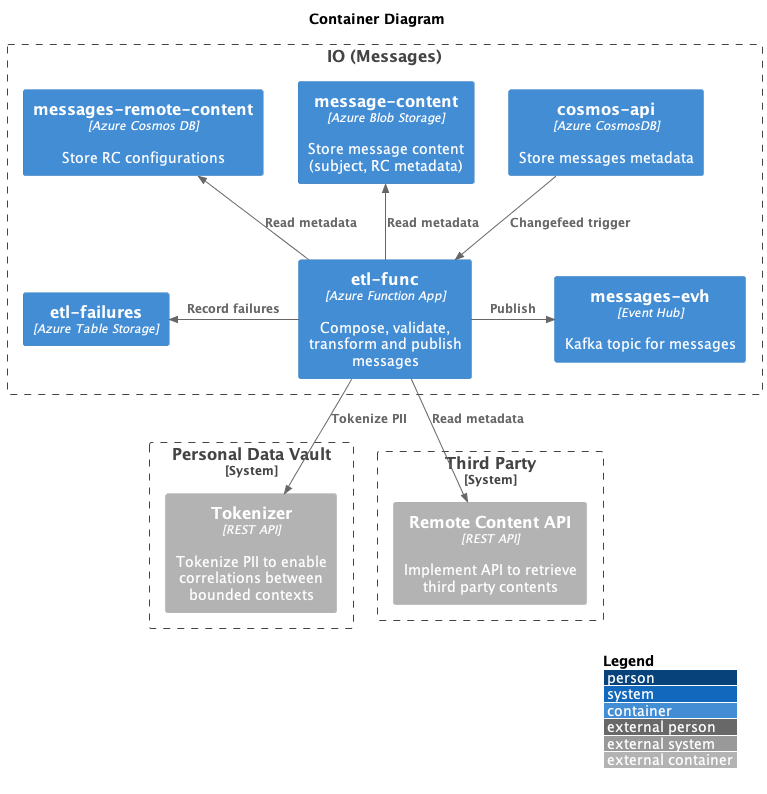
Above: docs/data-plan/data-plan-container.png in pagopa/io-messages (PlantUML), before the change. Its diagram source:
```plantuml
@startuml data-plan-container
!include <C4/C4_Context>
!include <C4/C4_Container>

LAYOUT_WITH_LEGEND()

title Container Diagram

Boundary(io, "IO (Messages)") {
  Container(apidb, "cosmos-api", "Azure CosmosDB", "Store messages metadata")
  Container(msgst, "message-content", "Azure Blob Storage", "Store message content (subject, RC metadata)")
  Container(etlfn, "etl-func", "Azure Function App", "Compose, validate, transform and publish messages")
  Container(rcdb, "messages-remote-content", "Azure Cosmos DB", "Store RC configurations")
  Container(msgevh, "messages-evh", "Event Hub", "Kafka topic for messages")
  Container(failtable, "etl-failures", "Azure Table Storage")
}

Rel_D(apidb, etlfn, "Changefeed trigger")
Rel_R(etlfn, msgevh, "Publish")

Rel_U(etlfn, msgst, "Read metadata")
Rel_U(etlfn, rcdb, "Read metadata")
Rel_L(etlfn, failtable, "Record failures")

System_Boundary(pdv, "Personal Data Vault") {
  Container_Ext(tok, "Tokenizer", "REST API", "Tokenize PII to enable correlations between bounded contexts")
}

System_Boundary(tpsys, "Third Party") {
  Container_Ext(rcapi, "Remote Content API", "REST API", "Implement API to retrieve third party contents")
}

Rel_D(etlfn, tok, "Tokenize PII")
Rel_D(etlfn, rcapi, "Read metadata")

@enduml
```
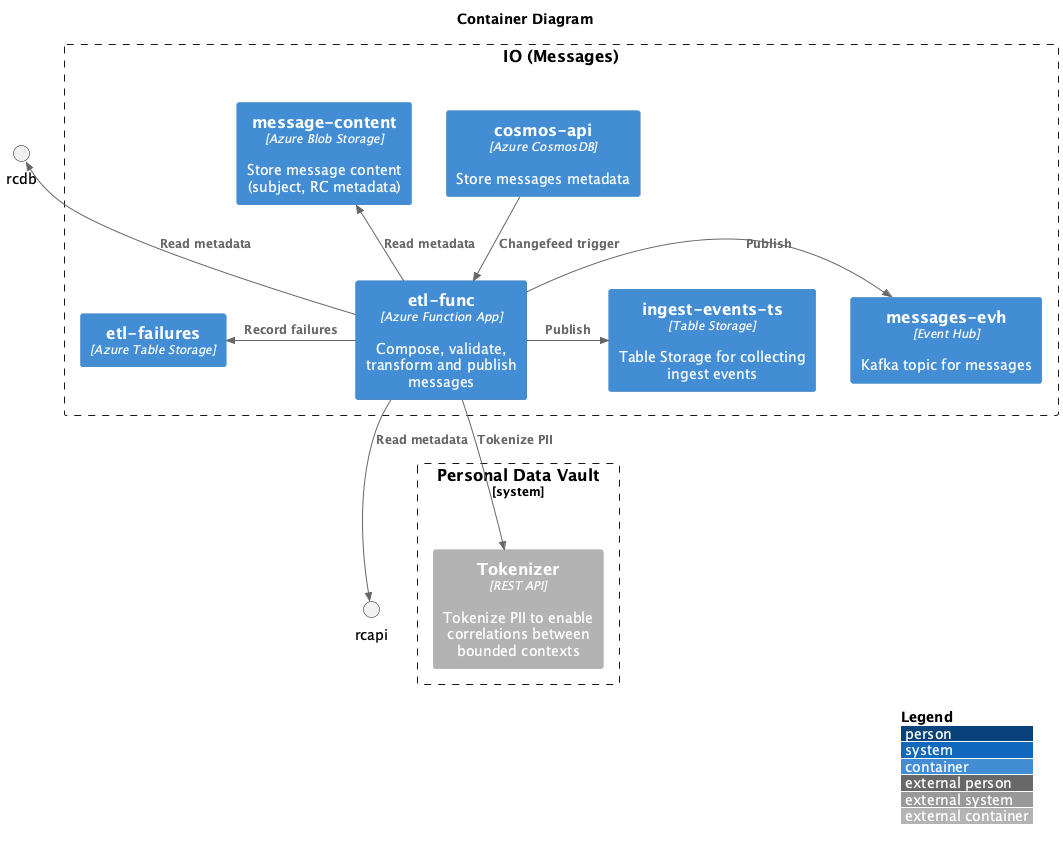
The same diagram one commit later.

Commit message:
docs: regenerate container and system-context diagrams

Change to the diagram source:
```diff
@@ -10,13 +10,14 @@
   Container(apidb, "cosmos-api", "Azure CosmosDB", "Store messages metadata")
   Container(msgst, "message-content", "Azure Blob Storage", "Store message content (subject, RC metadata)")
   Container(etlfn, "etl-func", "Azure Function App", "Compose, validate, transform and publish messages")
-  Container(rcdb, "messages-remote-content", "Azure Cosmos DB", "Store RC configurations")
   Container(msgevh, "messages-evh", "Event Hub", "Kafka topic for messages")
+  Container(msgsentevents, "ingest-events-ts", "Table Storage", "Table Storage for collecting ingest events")
   Container(failtable, "etl-failures", "Azure Table Storage")
 }
 
 Rel_D(apidb, etlfn, "Changefeed trigger")
 Rel_R(etlfn, msgevh, "Publish")
+Rel_R(etlfn, msgsentevents, "Publish")
 
 Rel_U(etlfn, msgst, "Read metadata")
 Rel_U(etlfn, rcdb, "Read metadata")
@@ -26,10 +27,6 @@
   Container_Ext(tok, "Tokenizer", "REST API", "Tokenize PII to enable correlations between bounded contexts")
 }
 
-System_Boundary(tpsys, "Third Party") {
-  Container_Ext(rcapi, "Remote Content API", "REST API", "Implement API to retrieve third party contents")
-}
-
 Rel_D(etlfn, tok, "Tokenize PII")
 Rel_D(etlfn, rcapi, "Read metadata")
 
```
